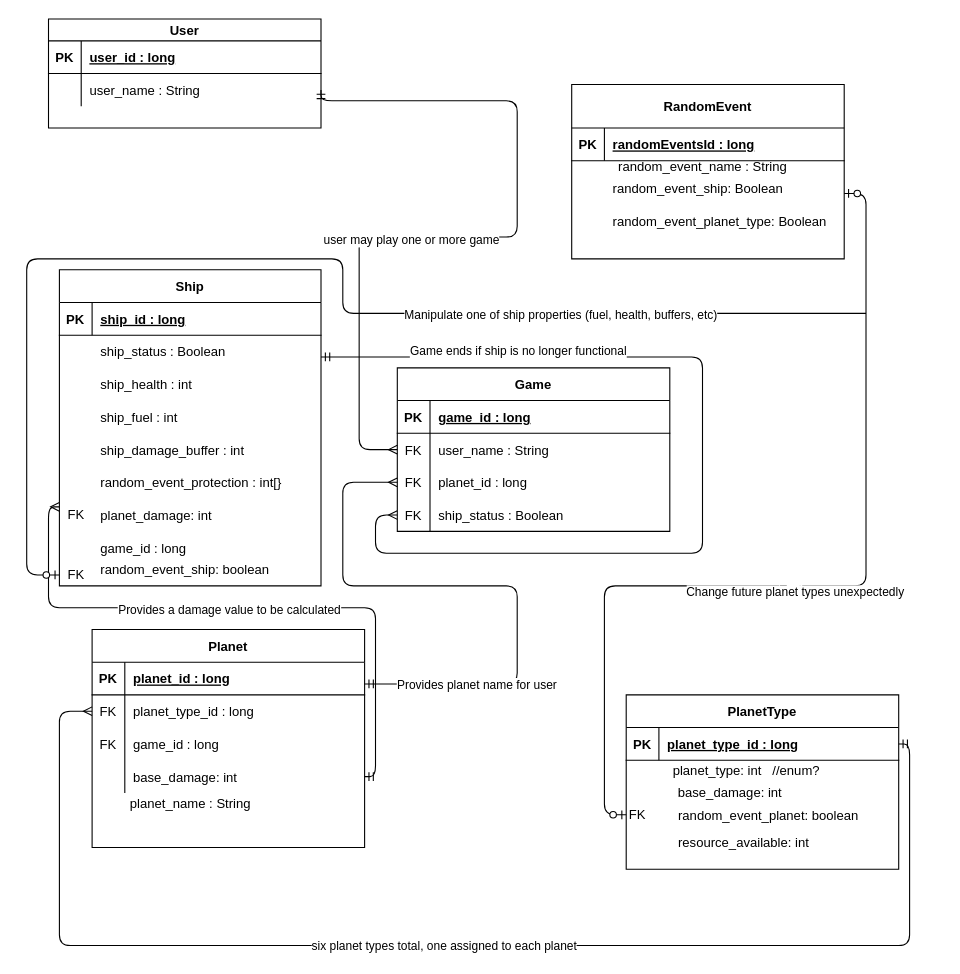
tnordquist/intergalactic-unknown keeps this draw.io diagram as docs/work/erd.drawio. Above is the earlier version. Source tidied: cells renumbered, new cells numbered last; positions are measured from the earlier drawing's top-left corner, leaving out a move shared by most shapes. Both pictures are drawn from the tidied source at 109%, with x=0, y=0 at pixel (26, 19).
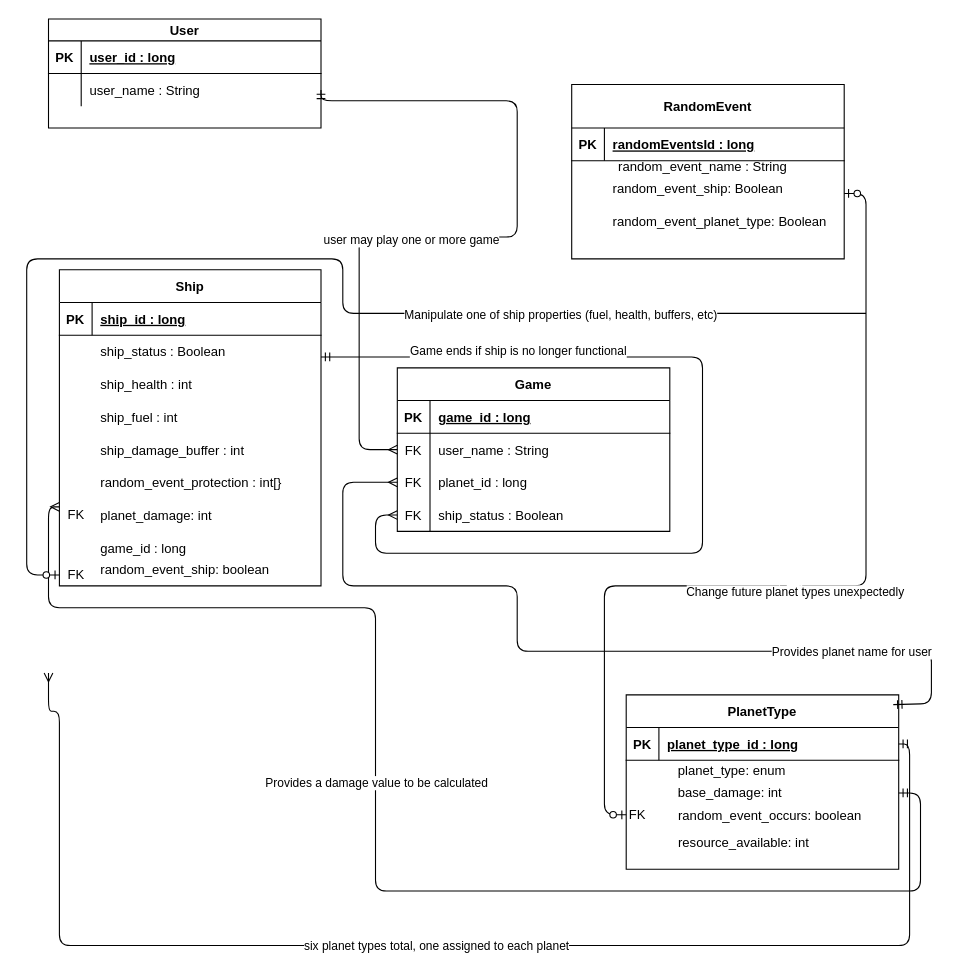
The same diagram, later.

The change refers to these unchanged cells:
```xml
<mxCell id="11" style="shape=partialRectangle;fillColor=none;points=[[0,0.5],[1,0.5]];portConstraint=eastwest;top=0;left=0;right=0;bottom=0;" parent="4" vertex="1">
  <mxGeometry y="90" width="250" height="30" as="geometry" />
</mxCell>
<mxCell id="17" value="PlanetType" style="shape=table;startSize=30;childLayout=tableLayout;rowLines=0;fontStyle=1;align=center;" parent="1" vertex="1">
  <mxGeometry x="550" y="620" width="250" height="160" as="geometry" />
</mxCell>
<mxCell id="18" style="shape=partialRectangle;fillColor=none;points=[[0,0.5],[1,0.5]];portConstraint=eastwest;top=0;left=0;right=0;bottom=1;" parent="17" vertex="1">
  <mxGeometry y="30" width="250" height="30" as="geometry" />
</mxCell>
<mxCell id="51" value="Ship" style="shape=table;startSize=30;childLayout=tableLayout;rowLines=0;fontStyle=1;align=center;" parent="1" vertex="1">
  <mxGeometry x="30" y="230" width="240" height="290" as="geometry" />
</mxCell>
```

Change to the diagram source:
```diff
@@
-    <mxCell id="28" value="Planet" style="shape=table;startSize=30;childLayout=tableLayout;rowLines=0;fontStyle=1;align=center;" parent="1" vertex="1">
-      <mxGeometry x="60" y="560" width="250" height="200" as="geometry" />
-    </mxCell>
-    <mxCell id="29" style="shape=partialRectangle;fillColor=none;top=0;left=0;right=0;bottom=1;" parent="28" vertex="1">
-      <mxGeometry y="30" width="250" height="30" as="geometry" />
-    </mxCell>
-    <mxCell id="30" value="PK" style="shape=partialRectangle;overflow=hidden;fillColor=none;top=0;left=0;bottom=0;right=0;fontStyle=1;" parent="29" vertex="1">
-      <mxGeometry width="30" height="30" as="geometry" />
-    </mxCell>
-    <mxCell id="31" value="planet_id : long" style="shape=partialRectangle;overflow=hidden;fillColor=none;top=0;left=0;bottom=0;right=0;align=left;spacingLeft=6;fontStyle=5;" parent="29" vertex="1">
-      <mxGeometry x="30" width="220" height="30" as="geometry" />
-    </mxCell>
-    <mxCell id="32" style="shape=partialRectangle;fillColor=none;top=0;left=0;right=0;bottom=0;" parent="28" vertex="1">
-      <mxGeometry y="60" width="250" height="30" as="geometry" />
-    </mxCell>
-    <mxCell id="33" value="FK" style="shape=partialRectangle;overflow=hidden;fillColor=none;top=0;left=0;bottom=0;right=0;" parent="32" vertex="1">
-      <mxGeometry width="30" height="30" as="geometry" />
-    </mxCell>
-    <mxCell id="34" value="planet_type_id : long" style="shape=partialRectangle;overflow=hidden;fillColor=none;top=0;left=0;bottom=0;right=0;align=left;spacingLeft=6;" parent="32" vertex="1">
-      <mxGeometry x="30" width="220" height="30" as="geometry" />
-    </mxCell>
-    <mxCell id="35" style="shape=partialRectangle;fillColor=none;top=0;left=0;right=0;bottom=0;" parent="28" vertex="1">
-      <mxGeometry y="90" width="250" height="30" as="geometry" />
-    </mxCell>
-    <mxCell id="36" value="FK" style="shape=partialRectangle;overflow=hidden;fillColor=none;top=0;left=0;bottom=0;right=0;" parent="35" vertex="1">
-      <mxGeometry width="30" height="30" as="geometry" />
-    </mxCell>
-    <mxCell id="37" value="game_id : long" style="shape=partialRectangle;overflow=hidden;fillColor=none;top=0;left=0;bottom=0;right=0;align=left;spacingLeft=6;" parent="35" vertex="1">
-      <mxGeometry x="30" width="220" height="30" as="geometry" />
-    </mxCell>
-    <mxCell id="38" style="shape=partialRectangle;fillColor=none;points=[[0,0.5],[1,0.5]];portConstraint=eastwest;top=0;left=0;right=0;bottom=0;" parent="28" vertex="1">
-      <mxGeometry y="120" width="250" height="30" as="geometry" />
-    </mxCell>
-    <mxCell id="39" style="shape=partialRectangle;overflow=hidden;fillColor=none;top=0;left=0;bottom=0;right=0;" parent="38" vertex="1">
-      <mxGeometry width="30" height="30" as="geometry" />
-    </mxCell>
-    <mxCell id="40" value="base_damage: int" style="shape=partialRectangle;overflow=hidden;fillColor=none;top=0;left=0;bottom=0;right=0;align=left;spacingLeft=6;" parent="38" vertex="1">
-      <mxGeometry x="30" width="220" height="30" as="geometry" />
-    </mxCell>
     <mxCell id="41" style="edgeStyle=orthogonalEdgeStyle;fontSize=12;html=1;endArrow=ERmany;startArrow=ERmandOne;fontColor=#000000;exitX=1;exitY=0.5;exitDx=0;exitDy=0;endFill=0;" parent="1" edge="1" source="18">
       <mxGeometry relative="1" as="geometry">
-        <mxPoint x="60" y="635" as="targetPoint" />
+        <mxPoint x="20" y="600" as="targetPoint" />
         <Array as="points">
           <mxPoint x="810" y="665" />
           <mxPoint x="810" y="850" />
           <mxPoint x="30" y="850" />
           <mxPoint x="30" y="635" />
         </Array>
       </mxGeometry>
     </mxCell>
@@
-    <mxCell id="47" value="planet_type: int&amp;nbsp; &amp;nbsp;//enum?" style="text;html=1;align=center;verticalAlign=middle;strokeColor=none;fontColor=#000000;" parent="1" vertex="1">
-      <mxGeometry x="585" y="680" width="150" height="20" as="geometry" />
+    <mxCell id="47" value="planet_type: enum&amp;nbsp;&amp;nbsp;" style="text;html=1;align=center;verticalAlign=middle;strokeColor=none;fontColor=#000000;" parent="1" vertex="1">
+      <mxGeometry x="590" y="680" width="120" height="20" as="geometry" />
     </mxCell>
@@
-    <mxCell id="60" style="edgeStyle=orthogonalEdgeStyle;fontSize=12;html=1;endArrow=ERmany;startArrow=ERmandOne;fontColor=#000000;entryX=0;entryY=0.5;entryDx=0;entryDy=0;endFill=0;" parent="1" edge="1" target="11">
+    <mxCell id="60" style="edgeStyle=orthogonalEdgeStyle;fontSize=12;html=1;endArrow=ERmany;startArrow=ERmandOne;fontColor=#000000;entryX=0;entryY=0.5;entryDx=0;entryDy=0;endFill=0;exitX=0.98;exitY=0.056;exitDx=0;exitDy=0;exitPerimeter=0;" parent="1" edge="1" source="17" target="11">
       <mxGeometry relative="1" as="geometry">
-        <mxPoint x="310" y="610" as="sourcePoint" />
         <Array as="points">
-          <mxPoint x="450" y="610" />
+          <mxPoint x="830" y="628" />
+          <mxPoint x="830" y="580" />
+          <mxPoint x="450" y="580" />
           <mxPoint x="450" y="520" />
           <mxPoint x="290" y="520" />
           <mxPoint x="290" y="425" />
         </Array>
       </mxGeometry>
     </mxCell>
@@
-    <mxCell id="71" style="edgeStyle=orthogonalEdgeStyle;fontSize=12;html=1;endArrow=ERmandOne;startArrow=ERmany;fontColor=#000000;exitX=0;exitY=0.75;exitDx=0;exitDy=0;endFill=0;entryX=1;entryY=0.5;entryDx=0;entryDy=0;startFill=0;" parent="1" edge="1" source="51" target="38">
+    <mxCell id="71" style="edgeStyle=orthogonalEdgeStyle;fontSize=12;html=1;endArrow=ERmandOne;startArrow=ERmany;fontColor=#000000;exitX=0;exitY=0.75;exitDx=0;exitDy=0;endFill=0;startFill=0;" parent="1" edge="1" source="51">
       <mxGeometry relative="1" as="geometry">
+        <mxPoint x="800" y="710" as="targetPoint" />
         <Array as="points">
           <mxPoint x="20" y="448" />
           <mxPoint x="20" y="540" />
           <mxPoint x="320" y="540" />
-          <mxPoint x="320" y="695" />
+          <mxPoint x="320" y="800" />
+          <mxPoint x="820" y="800" />
+          <mxPoint x="820" y="710" />
         </Array>
       </mxGeometry>
     </mxCell>
     <mxCell id="72" value="Provides a damage value to be calculated" style="edgeLabel;html=1;align=center;verticalAlign=middle;fontColor=#000000;" parent="71" vertex="1">
       <mxGeometry x="-0.06" y="-1" relative="1" as="geometry">
-        <mxPoint x="1" as="offset" />
+        <mxPoint x="1" y="-35" as="offset" />
       </mxGeometry>
     </mxCell>
-    <mxCell id="73" value="planet_name :&amp;nbsp;&lt;span style=&quot;text-align: left&quot;&gt;String&lt;/span&gt;" style="text;html=1;align=center;verticalAlign=middle;strokeColor=none;fontColor=#000000;" parent="1" vertex="1">
-      <mxGeometry x="85" y="710" width="130" height="20" as="geometry" />
-    </mxCell>
-    <mxCell id="74" value="random_event_planet: boolean" style="shape=partialRectangle;overflow=hidden;fillColor=none;top=0;left=0;bottom=0;right=0;align=left;spacingLeft=6;" parent="1" vertex="1">
+    <mxCell id="74" value="random_event_occurs: boolean" style="shape=partialRectangle;overflow=hidden;fillColor=none;top=0;left=0;bottom=0;right=0;align=left;spacingLeft=6;" parent="1" vertex="1">
       <mxGeometry x="590" y="715" width="220" height="30" as="geometry" />
     </mxCell>
```
